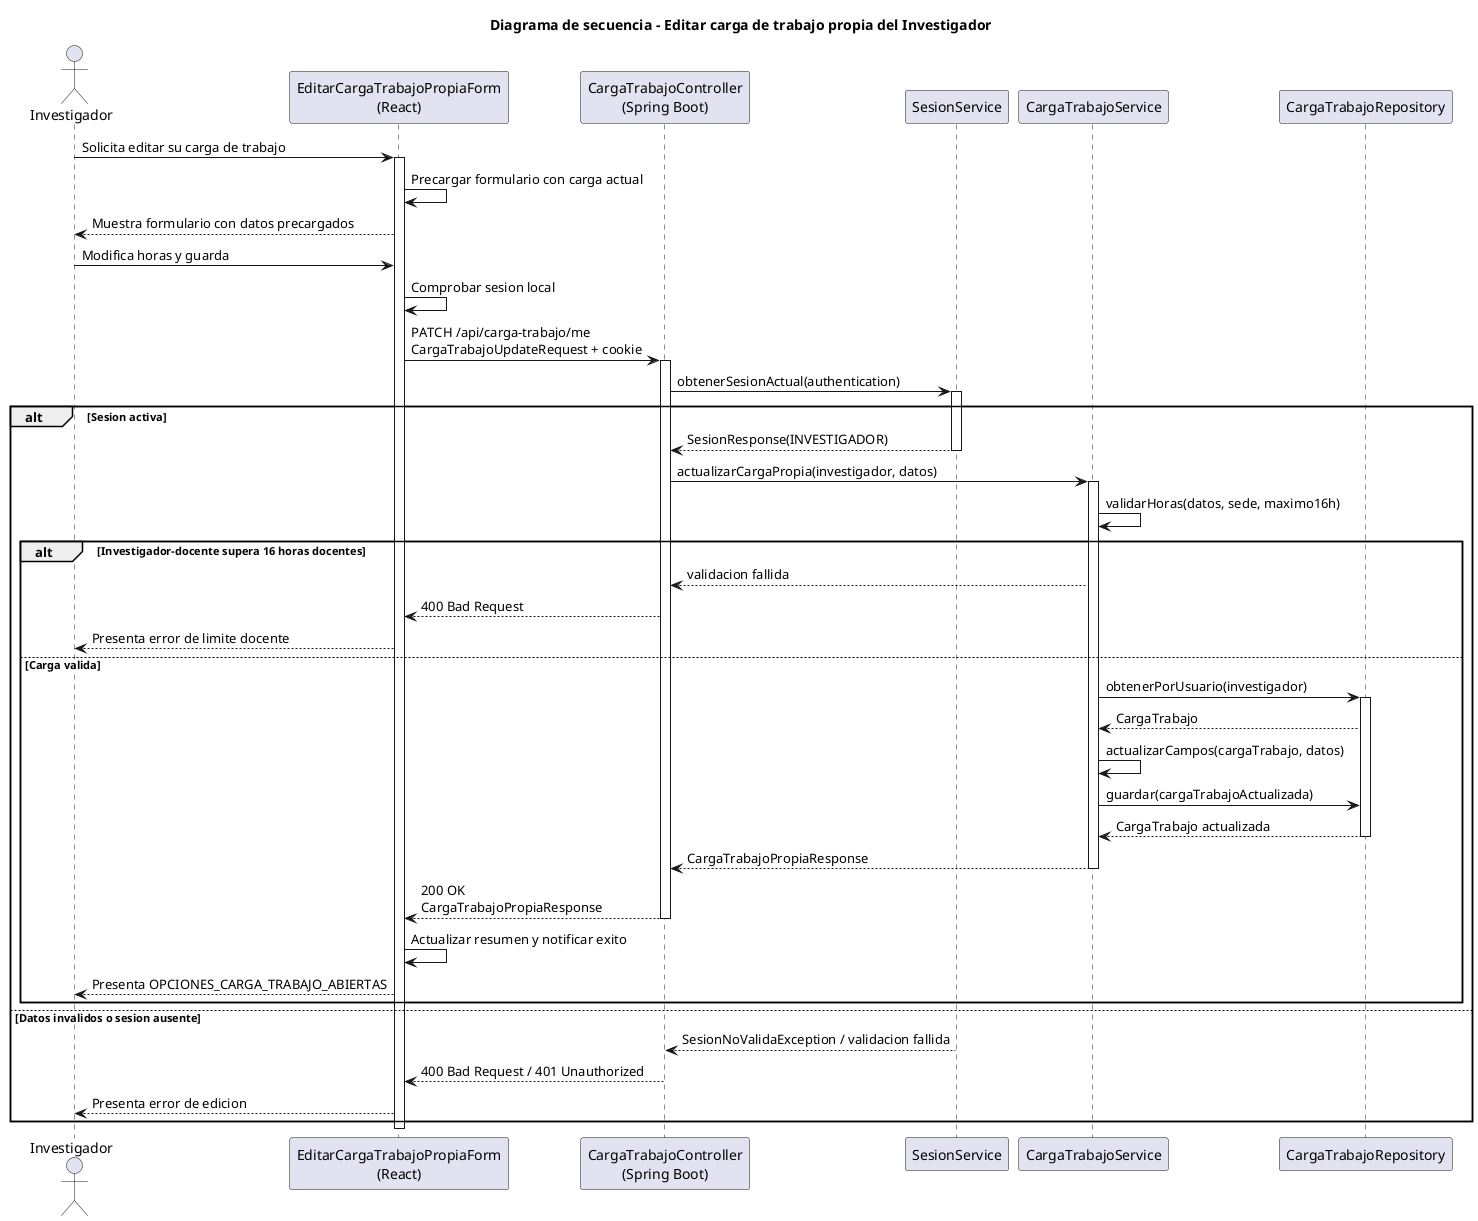
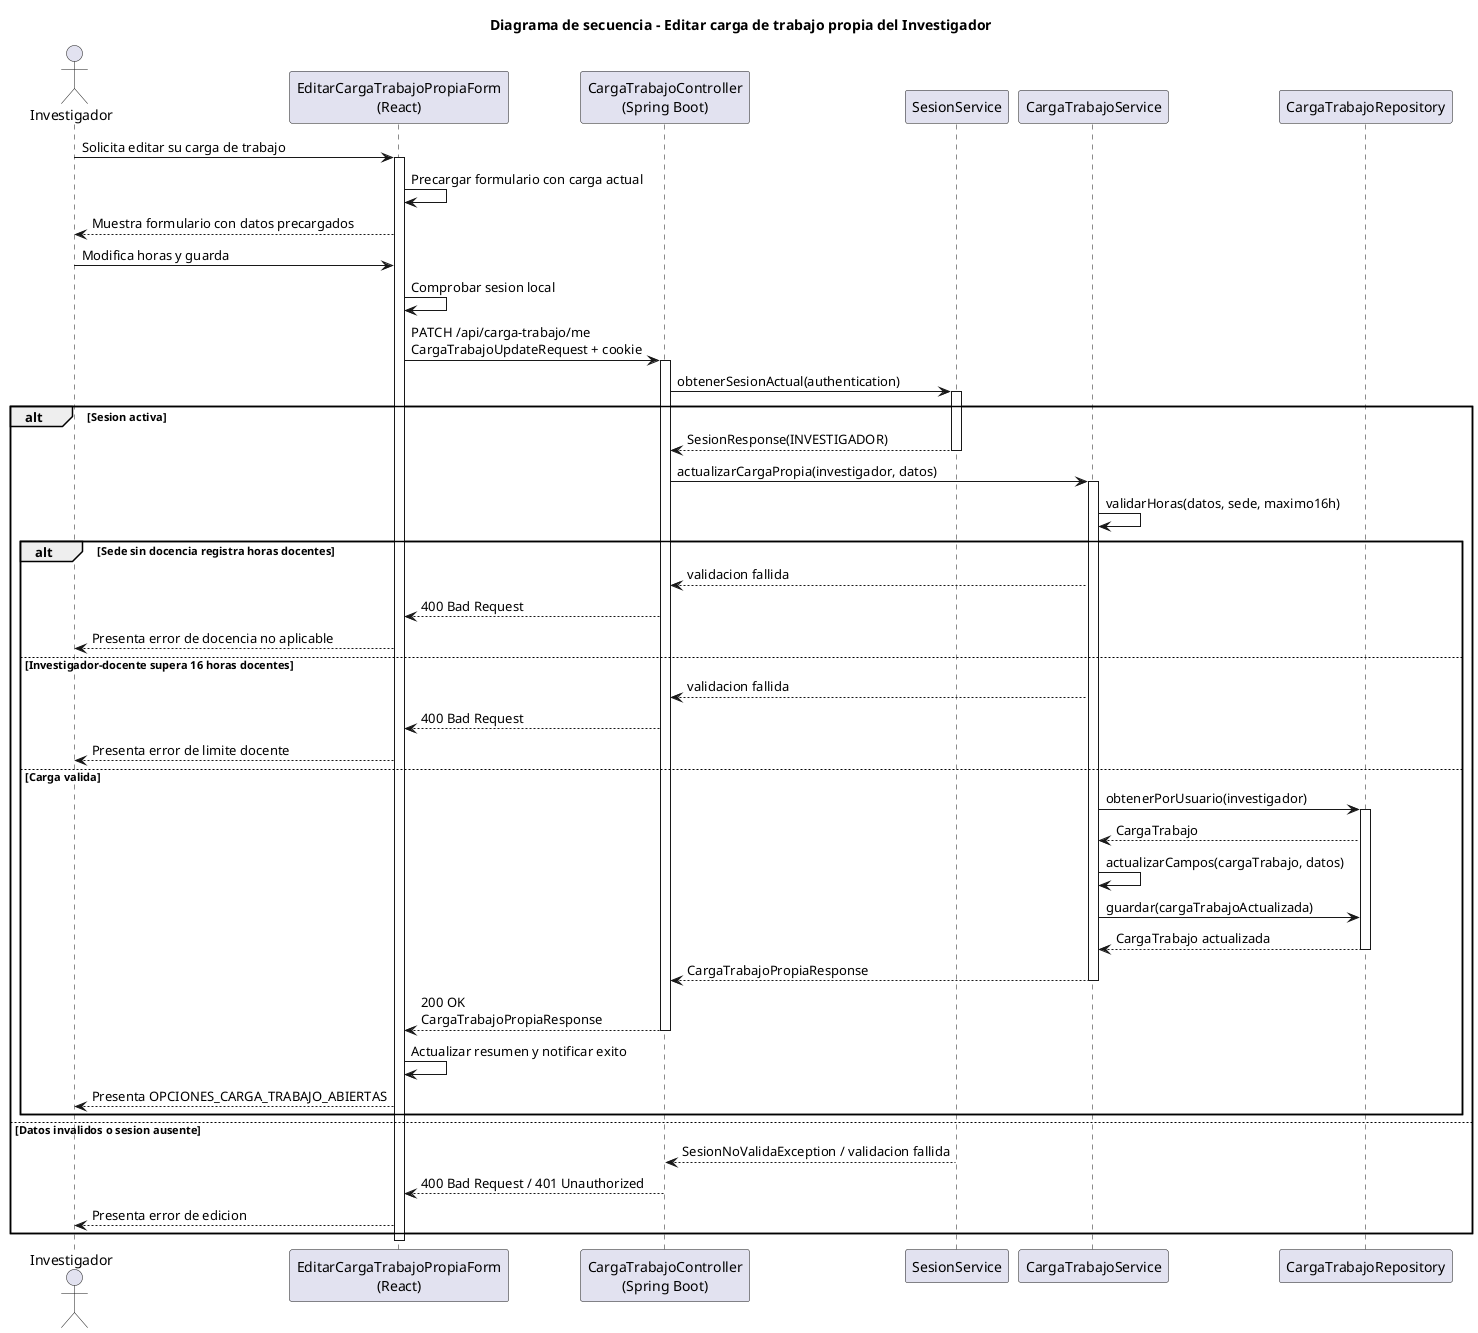
@startuml editarCargaTrabajo-investigador-diseno
title Diagrama de secuencia - Editar carga de trabajo propia del Investigador

actor Investigador
participant "EditarCargaTrabajoPropiaForm\n(React)" as Frontend
participant "CargaTrabajoController\n(Spring Boot)" as Api
participant "SesionService" as Sesion
participant "CargaTrabajoService" as Service
participant "CargaTrabajoRepository" as CargaRepo

Investigador -> Frontend: Solicita editar su carga de trabajo
activate Frontend
Frontend -> Frontend: Precargar formulario con carga actual
Frontend --> Investigador: Muestra formulario con datos precargados
Investigador -> Frontend: Modifica horas y guarda
Frontend -> Frontend: Comprobar sesion local
Frontend -> Api: PATCH /api/carga-trabajo/me\nCargaTrabajoUpdateRequest + cookie
activate Api
Api -> Sesion: obtenerSesionActual(authentication)
activate Sesion
alt Sesion activa
    Sesion --> Api: SesionResponse(INVESTIGADOR)
    deactivate Sesion
    Api -> Service: actualizarCargaPropia(investigador, datos)
    activate Service
    Service -> Service: validarHoras(datos, sede, maximo16h)
-     alt Investigador-docente supera 16 horas docentes
+     alt Sede sin docencia registra horas docentes
+         Service --> Api: validacion fallida
+         Api --> Frontend: 400 Bad Request
+         Frontend --> Investigador: Presenta error de docencia no aplicable
+     else Investigador-docente supera 16 horas docentes
        Service --> Api: validacion fallida
        Api --> Frontend: 400 Bad Request
        Frontend --> Investigador: Presenta error de limite docente
    else Carga valida
        Service -> CargaRepo: obtenerPorUsuario(investigador)
        activate CargaRepo
        CargaRepo --> Service: CargaTrabajo
        Service -> Service: actualizarCampos(cargaTrabajo, datos)
        Service -> CargaRepo: guardar(cargaTrabajoActualizada)
        CargaRepo --> Service: CargaTrabajo actualizada
        deactivate CargaRepo
        Service --> Api: CargaTrabajoPropiaResponse
        deactivate Service
        Api --> Frontend: 200 OK\nCargaTrabajoPropiaResponse
        deactivate Api
        Frontend -> Frontend: Actualizar resumen y notificar exito
        Frontend --> Investigador: Presenta OPCIONES_CARGA_TRABAJO_ABIERTAS
    end
else Datos invalidos o sesion ausente
    Sesion --> Api: SesionNoValidaException / validacion fallida
    deactivate Sesion
    Api --> Frontend: 400 Bad Request / 401 Unauthorized
    deactivate Api
    Frontend --> Investigador: Presenta error de edicion
end
deactivate Frontend
@enduml
